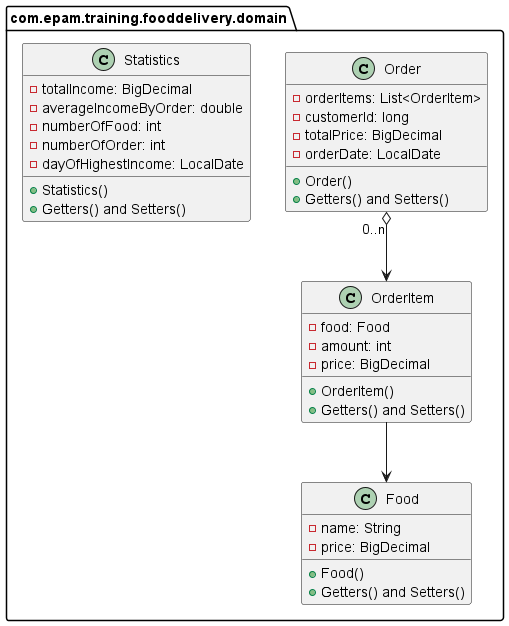
Above: java-basics-food-delivery/food-domain.png in epam-mep-java/exercise-specification-images (PlantUML), before the change.
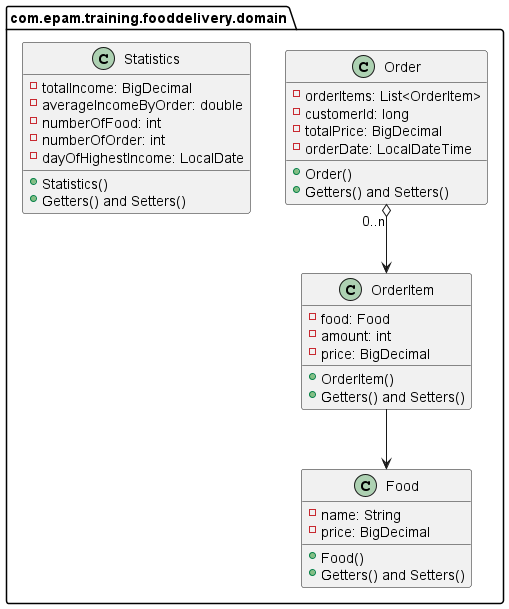
After the change.

Commit message:
fixed orderDate type

Change to the diagram source:
```diff
@@ -22,7 +22,7 @@
         - orderItems: List<OrderItem>
         - customerId: long
         - totalPrice: BigDecimal
-        - orderDate: LocalDate
+        - orderDate: LocalDateTime
         + Getters() and Setters()
     }
     class Statistics {
```
